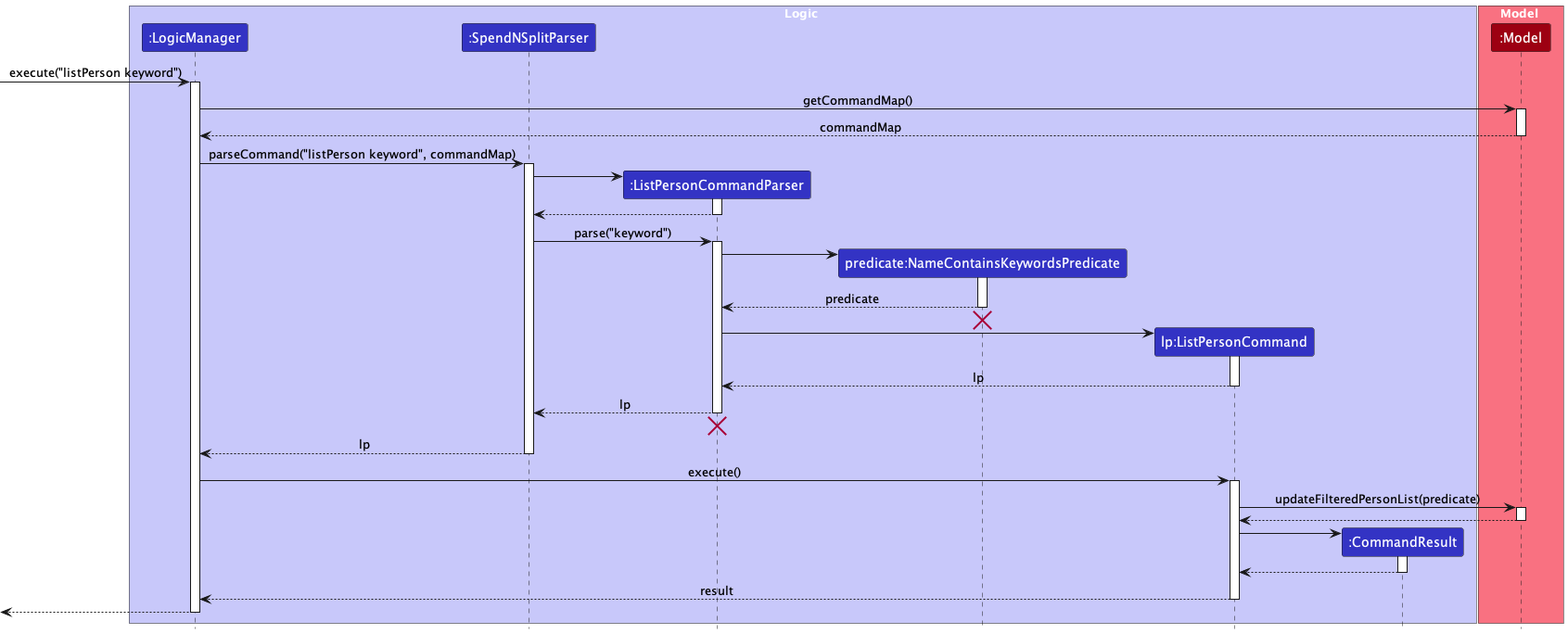
wui-hong/tp keeps this PlantUML diagram as docs/images/ListPersonSequenceDiagram.png. Above is the earlier version. Source of this version:
```plantuml
@startuml
!include style.puml
skinparam ArrowFontStyle plain

box Logic LOGIC_COLOR_T1
participant ":LogicManager" as LogicManager LOGIC_COLOR
participant ":SpendNSplitParser" as SpendNSplitParser LOGIC_COLOR
participant ":ListPersonCommandParser" as ListPersonCommandParser LOGIC_COLOR
participant "predicate:NameContainsKeywordsPredicate" as NameContainsKeywordsPredicate LOGIC_COLOR
participant "lp:ListPersonCommand" as ListPersonCommand LOGIC_COLOR
participant ":CommandResult" as CommandResult LOGIC_COLOR
end box

box Model MODEL_COLOR_T1
participant ":Model" as Model MODEL_COLOR
end box

[-> LogicManager : execute("listPerson keyword")
activate LogicManager

LogicManager -> Model : getCommandMap()
activate Model
Model --> LogicManager : commandMap
deactivate Model

LogicManager -> SpendNSplitParser : parseCommand("listPerson keyword", commandMap)
activate SpendNSplitParser

create ListPersonCommandParser
SpendNSplitParser -> ListPersonCommandParser
activate ListPersonCommandParser

ListPersonCommandParser --> SpendNSplitParser
deactivate ListPersonCommandParser

SpendNSplitParser -> ListPersonCommandParser : parse("keyword")
activate ListPersonCommandParser

create NameContainsKeywordsPredicate
ListPersonCommandParser -> NameContainsKeywordsPredicate
activate NameContainsKeywordsPredicate

NameContainsKeywordsPredicate --> ListPersonCommandParser : predicate
deactivate NameContainsKeywordsPredicate
NameContainsKeywordsPredicate -[hidden]-> ListPersonCommandParser
destroy NameContainsKeywordsPredicate

create ListPersonCommand
ListPersonCommandParser -> ListPersonCommand
activate ListPersonCommand

ListPersonCommand --> ListPersonCommandParser : lp
deactivate ListPersonCommand

ListPersonCommandParser --> SpendNSplitParser : lp
deactivate ListPersonCommandParser
ListPersonCommandParser -[hidden]-> SpendNSplitParser
destroy ListPersonCommandParser

SpendNSplitParser --> LogicManager : lp
deactivate SpendNSplitParser

LogicManager -> ListPersonCommand : execute()
activate ListPersonCommand

ListPersonCommand -> Model : updateFilteredPersonList(predicate)
activate Model

Model --> ListPersonCommand
deactivate Model

create CommandResult
ListPersonCommand -> CommandResult
activate CommandResult

CommandResult --> ListPersonCommand
deactivate CommandResult

ListPersonCommand --> LogicManager : result
deactivate ListPersonCommand

[<--LogicManager
deactivate LogicManager
@enduml
```
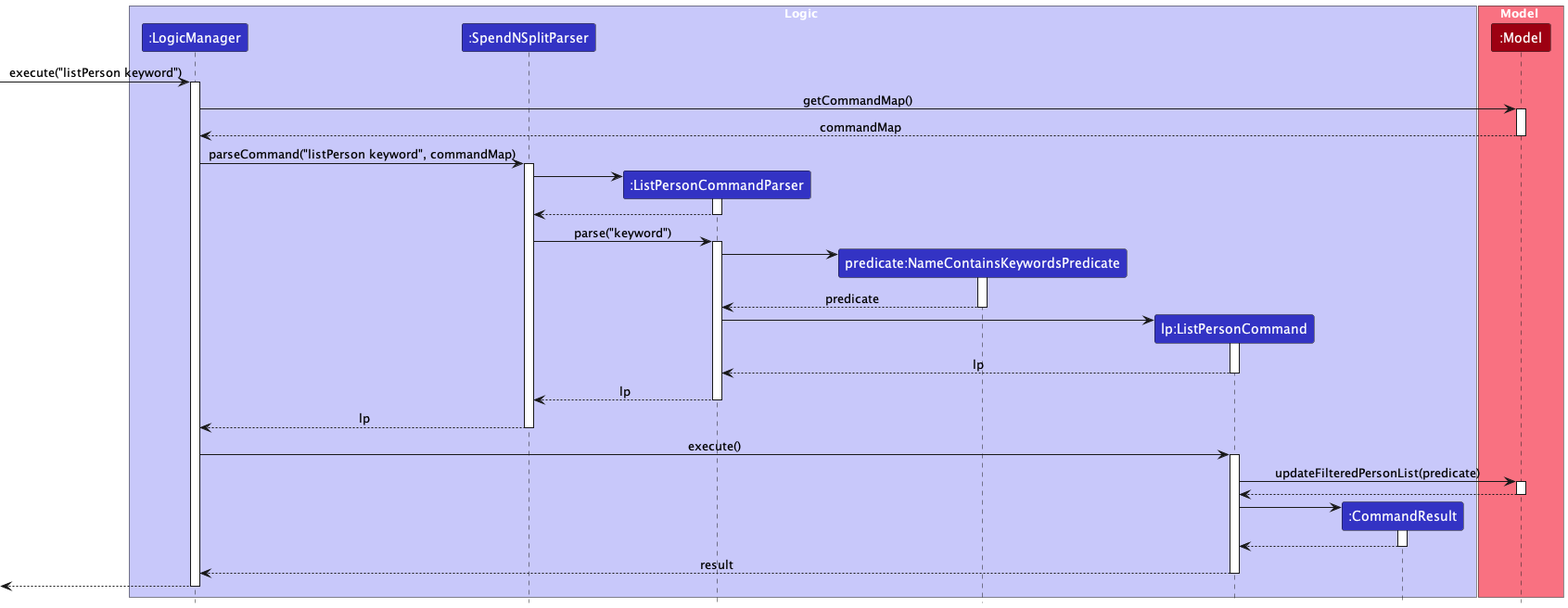
The same file after the commit.

Commit message:
Remove object deletion notation in person-related sequence diagrams

Diff of the diagram source:
```diff
@@ -42,8 +42,6 @@
 
 NameContainsKeywordsPredicate --> ListPersonCommandParser : predicate
 deactivate NameContainsKeywordsPredicate
-NameContainsKeywordsPredicate -[hidden]-> ListPersonCommandParser
-destroy NameContainsKeywordsPredicate
 
 create ListPersonCommand
 ListPersonCommandParser -> ListPersonCommand
@@ -54,8 +52,6 @@
 
 ListPersonCommandParser --> SpendNSplitParser : lp
 deactivate ListPersonCommandParser
-ListPersonCommandParser -[hidden]-> SpendNSplitParser
-destroy ListPersonCommandParser
 
 SpendNSplitParser --> LogicManager : lp
 deactivate SpendNSplitParser
```
